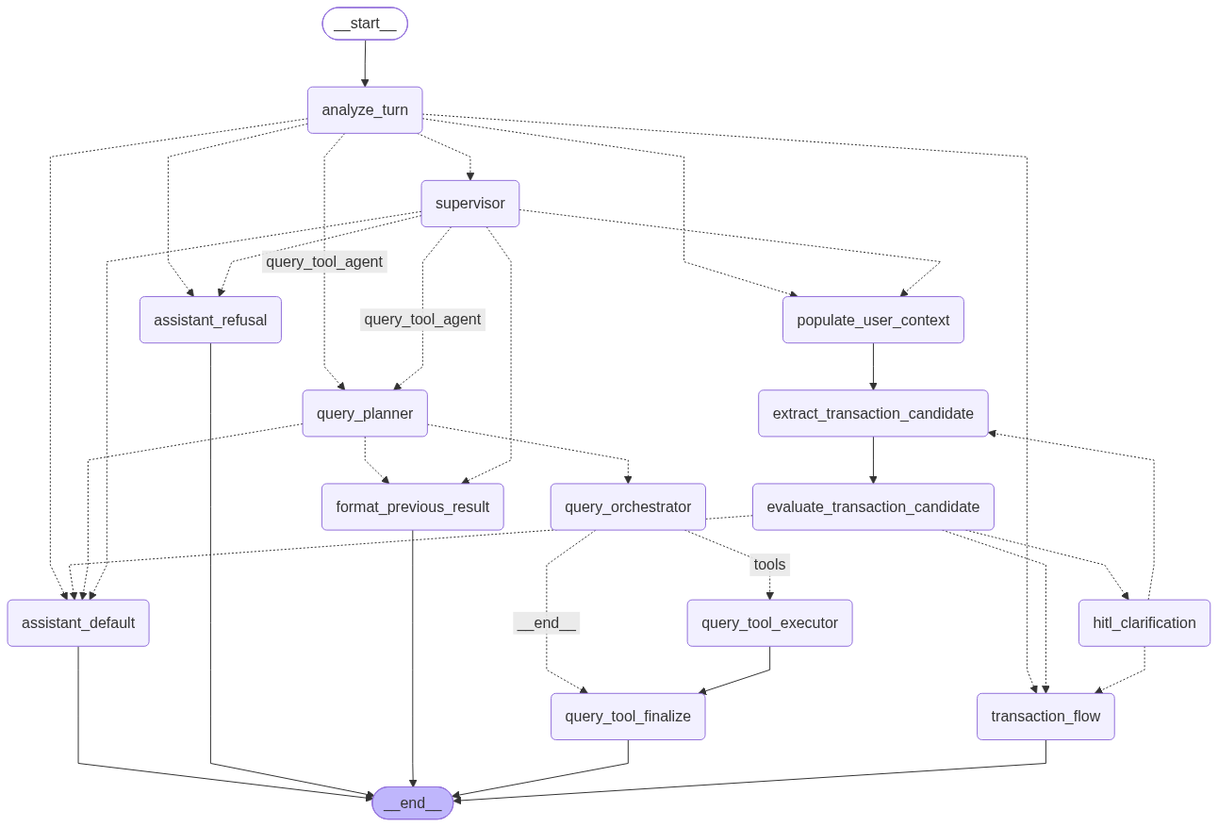
This is apps/api/artifacts/langgraph/chat_langgraph.png from HazSyl1/AffordAbled, a Mermaid export, as it was before one commit. Its source is kept beside it as apps/api/artifacts/langgraph/chat_langgraph.mmd.
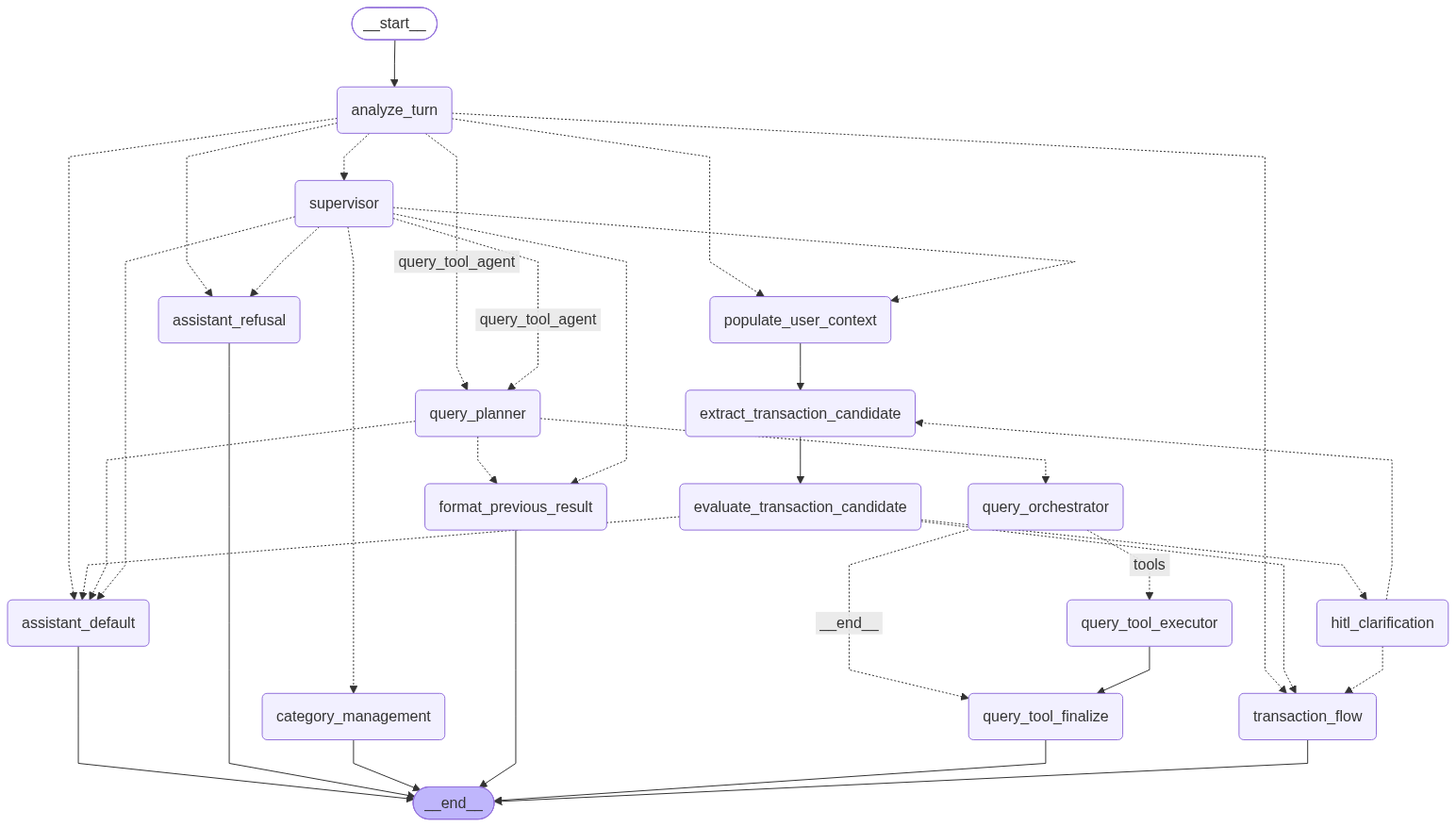
Later version of the same file.

Commit message:
feat: add standalone category management workflow

What changed in the source:
```diff
@@ -7,6 +7,7 @@
 	__start__([<p>__start__</p>]):::first
 	analyze_turn(analyze_turn)
 	supervisor(supervisor)
+	category_management(category_management)
 	populate_user_context(populate_user_context)
 	extract_transaction_candidate(extract_transaction_candidate)
 	evaluate_transaction_candidate(evaluate_transaction_candidate)
@@ -42,11 +43,13 @@
 	query_tool_executor --> query_tool_finalize;
 	supervisor -.-> assistant_default;
 	supervisor -.-> assistant_refusal;
+	supervisor -.-> category_management;
 	supervisor -.-> format_previous_result;
 	supervisor -.-> populate_user_context;
 	supervisor -. &nbsp;query_tool_agent&nbsp; .-> query_planner;
 	assistant_default --> __end__;
 	assistant_refusal --> __end__;
+	category_management --> __end__;
 	format_previous_result --> __end__;
 	query_tool_finalize --> __end__;
 	transaction_flow --> __end__;
```
